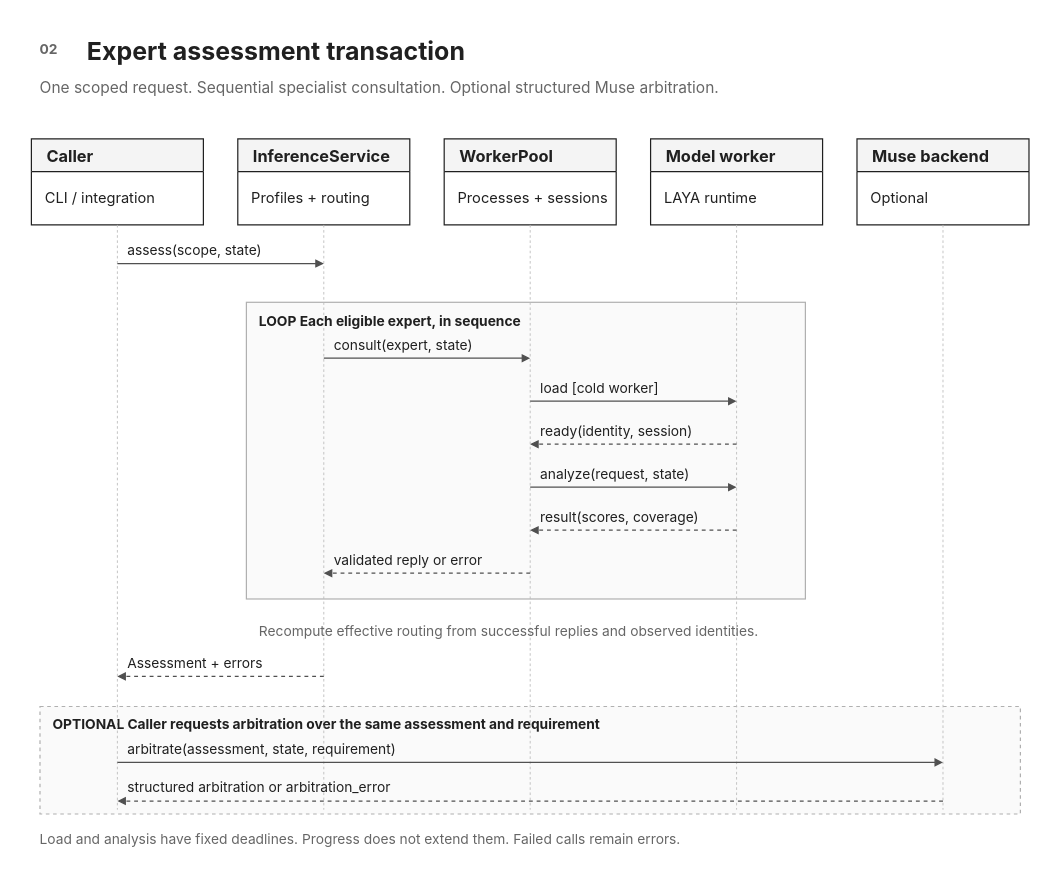
Above: page "Expert Assessment" (2 of 3) of docs/diagrams/siliconshield-architecture.drawio in debjyotikm/siliconshield (draw.io), before the change. Source tidied: cells renumbered, new cells numbered last; positions are measured from the earlier drawing's top-left corner, leaving out a move shared by most shapes. Both pictures are drawn from the tidied source at 86%, with x=0, y=0 at pixel (14, 14).
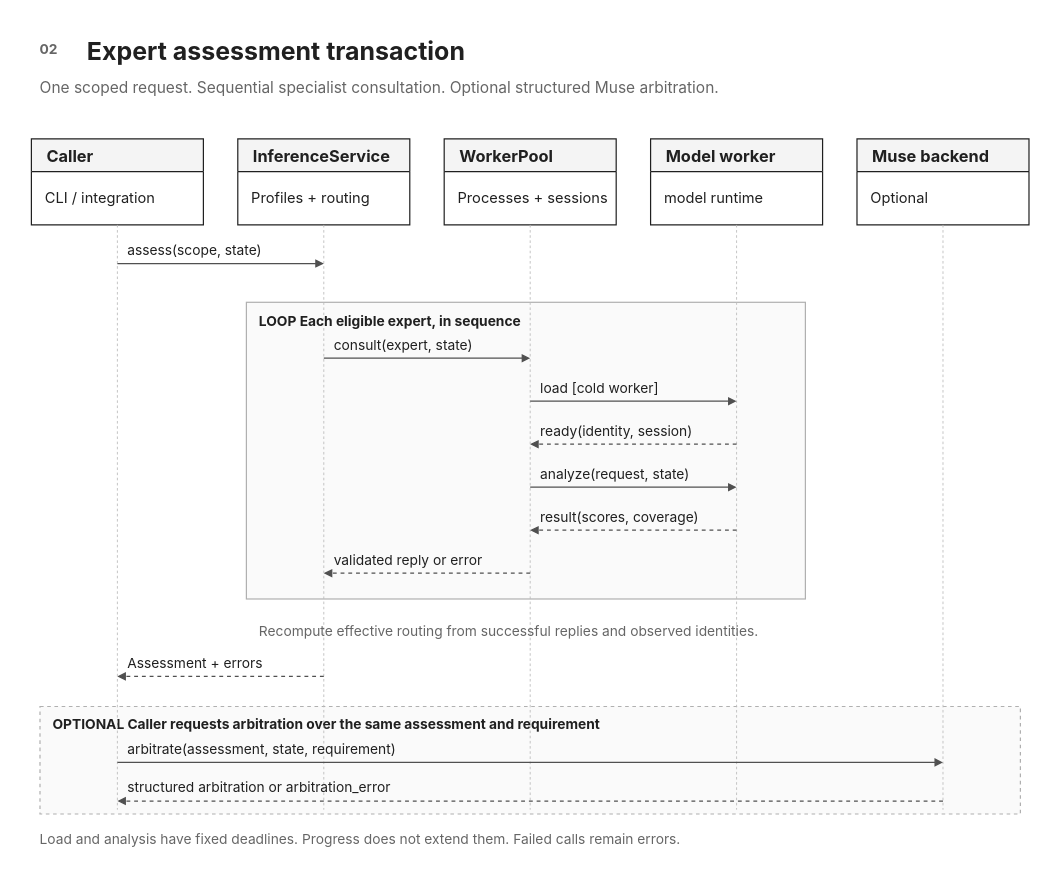
Above is the later version.

The change refers to these unchanged cells:
```xml
<mxCell id="19" value="Model worker" style="html=0;whiteSpace=none;fontFamily=Inter,Arial,sans-serif;fontSize=18;fontColor=#202020;strokeWidth=1.4;swimlane;horizontal=1;startSize=38;rounded=0;fillColor=#F4F4F4;swimlaneFillColor=#FFFFFF;strokeColor=#202020;fontColor=#202020;fontStyle=1;fontSize=19;align=left;spacingLeft=16;dashed=0;" parent="1" vertex="1">
  <mxGeometry x="740" y="145" width="200" height="100" as="geometry" />
</mxCell>
```

Change to the diagram source:
```diff
@@
-    <mxCell id="20" value="LAYA runtime" style="html=0;whiteSpace=none;fontFamily=Inter,Arial,sans-serif;fontSize=18;fontColor=#202020;strokeWidth=1.4;text;strokeColor=none;fillColor=none;align=left;verticalAlign=middle;spacing=0;fontSize=17;fontColor=#202020;fontStyle=0;" parent="19" vertex="1">
+    <mxCell id="20" value="model runtime" style="html=0;whiteSpace=none;fontFamily=Inter,Arial,sans-serif;fontSize=18;fontColor=#202020;strokeWidth=1.4;text;strokeColor=none;fillColor=none;align=left;verticalAlign=middle;spacing=0;fontSize=17;fontColor=#202020;fontStyle=0;" parent="19" vertex="1">
       <mxGeometry x="16" y="47" width="168" height="42" as="geometry" />
     </mxCell>
```
